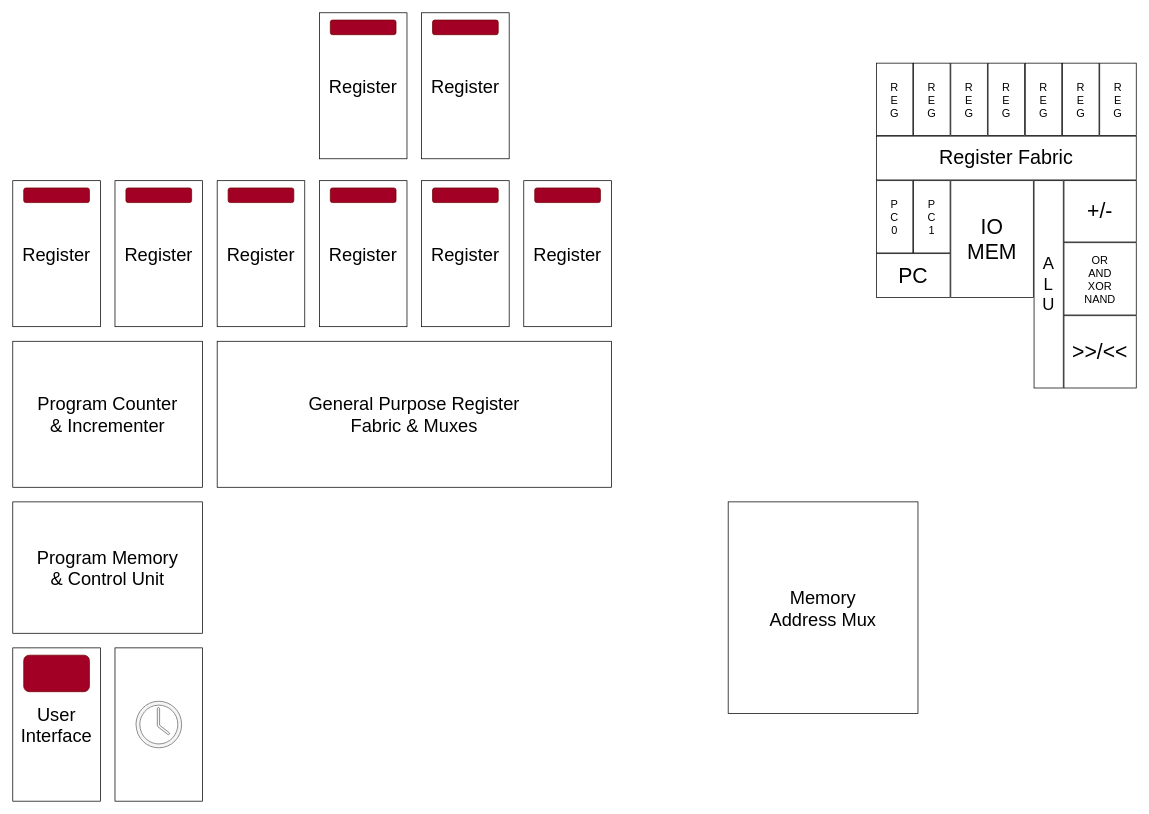
Above: hardware/documentation/layout.dio in kantholz44mm/cpu (draw.io), before the change. Source tidied: cells renumbered, new cells numbered last; positions are measured from the earlier drawing's top-left corner, leaving out a move shared by most shapes. Both pictures are drawn from the tidied source at 73%, with x=0, y=0 at pixel (12, 12).
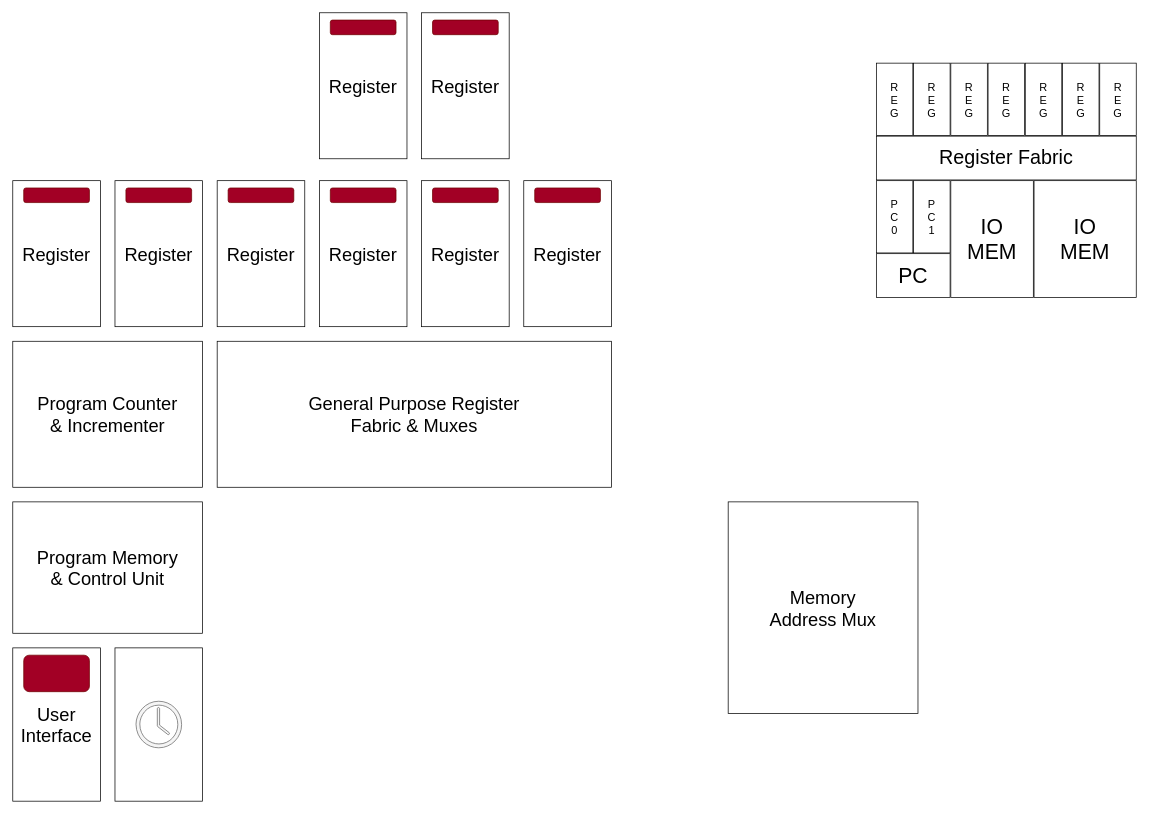
After the change.

The edit, as a diff of the source:
```diff
@@
-    <mxCell id="21" value="&lt;font&gt;+/-&lt;/font&gt;" style="rounded=0;whiteSpace=wrap;html=1;fontSize=29;" parent="1" vertex="1">
-      <mxGeometry x="1440" y="230" width="99" height="84" as="geometry" />
-    </mxCell>
-    <mxCell id="22" value="OR&lt;div&gt;AND&lt;/div&gt;&lt;div&gt;XOR&lt;/div&gt;&lt;div&gt;NAND&lt;/div&gt;" style="rounded=0;whiteSpace=wrap;html=1;fontSize=15;" parent="1" vertex="1">
-      <mxGeometry x="1440" y="315" width="99" height="99" as="geometry" />
-    </mxCell>
-    <mxCell id="23" value="&lt;font&gt;&amp;gt;&amp;gt;/&amp;lt;&amp;lt;&lt;/font&gt;" style="rounded=0;whiteSpace=wrap;html=1;fontSize=29;" parent="1" vertex="1">
-      <mxGeometry x="1440" y="415" width="99" height="99" as="geometry" />
-    </mxCell>
-    <mxCell id="24" value="A&lt;div&gt;L&lt;/div&gt;&lt;div&gt;U&lt;/div&gt;" style="rounded=0;whiteSpace=wrap;html=1;fontSize=23;" parent="1" vertex="1">
-      <mxGeometry x="1399" y="230" width="40" height="284" as="geometry" />
-    </mxCell>
@@
+    <mxCell id="42" value="&lt;font&gt;IO&lt;/font&gt;&lt;div&gt;&lt;font&gt;MEM&lt;/font&gt;&lt;/div&gt;" style="rounded=0;whiteSpace=wrap;html=1;fontSize=29;" parent="1" vertex="1">
+      <mxGeometry x="1399" y="230" width="140" height="160" as="geometry" />
+    </mxCell>
```
